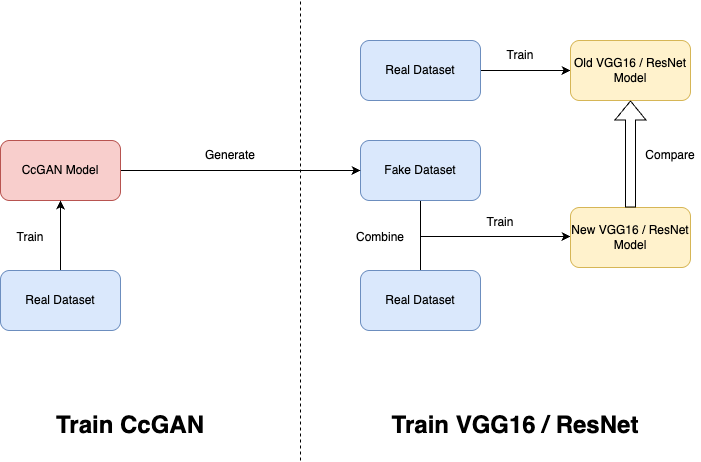
Zeyu-Xie/Myosotis-CcGAN keeps this draw.io diagram as flowcharts/main.drawio.png. Above is the earlier version. Source tidied: cells renumbered, new cells last; positions are measured from the earlier drawing's top-left corner, leaving out a move shared by most shapes. The source it was exported from:
```xml
<mxGraphModel>
  <root>
    <mxCell id="0" />
    <mxCell id="1" parent="0" />
    <mxCell id="2" style="edgeStyle=orthogonalEdgeStyle;rounded=0;jettySize=auto;html=1;" parent="1" edge="1" source="3" target="8">
      <mxGeometry relative="1" as="geometry" />
    </mxCell>
    <mxCell id="3" value="Real Dataset" style="rounded=1;whiteSpace=wrap;html=1;fillColor=#dae8fc;strokeColor=#6c8ebf;" parent="1" vertex="1">
      <mxGeometry x="360" y="40" width="120" height="60" as="geometry" />
    </mxCell>
    <mxCell id="4" style="edgeStyle=orthogonalEdgeStyle;rounded=0;jettySize=auto;html=1;endArrow=none;startFill=0;" parent="1" edge="1" source="5" target="9">
      <mxGeometry relative="1" as="geometry" />
    </mxCell>
    <mxCell id="5" value="Fake Dataset" style="rounded=1;whiteSpace=wrap;html=1;fillColor=#dae8fc;strokeColor=#6c8ebf;" parent="1" vertex="1">
      <mxGeometry x="360" y="140" width="120" height="60" as="geometry" />
    </mxCell>
    <mxCell id="6" style="edgeStyle=orthogonalEdgeStyle;rounded=0;orthogonalLoop=1;jettySize=auto;html=1;entryX=0;entryY=0.5;entryDx=0;entryDy=0;" parent="1" edge="1">
      <mxGeometry relative="1" as="geometry">
        <mxPoint x="420" y="236" as="sourcePoint" />
        <mxPoint x="570" y="236" as="targetPoint" />
      </mxGeometry>
    </mxCell>
    <mxCell id="7" value="New VGG16 / ResNet Model" style="rounded=1;whiteSpace=wrap;html=1;fillColor=#fff2cc;strokeColor=#d6b656;" parent="1" vertex="1">
      <mxGeometry x="570" y="207" width="120" height="60" as="geometry" />
    </mxCell>
    <mxCell id="8" value="Old&amp;nbsp;&lt;span style=&quot;background-color: transparent; color: light-dark(rgb(0, 0, 0), rgb(255, 255, 255));&quot;&gt;VGG16 / ResNet Model&lt;/span&gt;" style="rounded=1;whiteSpace=wrap;html=1;fillColor=#fff2cc;strokeColor=#d6b656;" parent="1" vertex="1">
      <mxGeometry x="570" y="40" width="120" height="60" as="geometry" />
    </mxCell>
    <mxCell id="9" value="Real Dataset" style="rounded=1;whiteSpace=wrap;html=1;fillColor=#dae8fc;strokeColor=#6c8ebf;" parent="1" vertex="1">
      <mxGeometry x="360" y="270" width="120" height="60" as="geometry" />
    </mxCell>
    <mxCell id="10" style="edgeStyle=orthogonalEdgeStyle;rounded=0;jettySize=auto;html=1;entryX=0;entryY=0.5;entryDx=0;entryDy=0;" parent="1" edge="1" source="11" target="5">
      <mxGeometry relative="1" as="geometry" />
    </mxCell>
    <mxCell id="11" value="CcGAN Model" style="rounded=1;whiteSpace=wrap;html=1;fillColor=#f8cecc;strokeColor=#b85450;" parent="1" vertex="1">
      <mxGeometry y="140" width="120" height="60" as="geometry" />
    </mxCell>
    <mxCell id="12" style="edgeStyle=orthogonalEdgeStyle;rounded=0;jettySize=auto;html=1;entryX=0.5;entryY=1;entryDx=0;entryDy=0;" parent="1" edge="1" source="13" target="11">
      <mxGeometry relative="1" as="geometry" />
    </mxCell>
    <mxCell id="13" value="Real Dataset" style="rounded=1;whiteSpace=wrap;html=1;fillColor=#dae8fc;strokeColor=#6c8ebf;" parent="1" vertex="1">
      <mxGeometry y="270" width="120" height="60" as="geometry" />
    </mxCell>
    <mxCell id="14" value="Train" style="text;html=1;align=center;verticalAlign=middle;whiteSpace=wrap;rounded=0;" parent="1" vertex="1">
      <mxGeometry y="222" width="60" height="30" as="geometry" />
    </mxCell>
    <mxCell id="15" value="Combine" style="text;html=1;align=center;verticalAlign=middle;whiteSpace=wrap;rounded=0;" parent="1" vertex="1">
      <mxGeometry x="350" y="222" width="60" height="30" as="geometry" />
    </mxCell>
    <mxCell id="16" value="Train" style="text;html=1;align=center;verticalAlign=middle;whiteSpace=wrap;rounded=0;" parent="1" vertex="1">
      <mxGeometry x="470" y="207" width="60" height="30" as="geometry" />
    </mxCell>
    <mxCell id="17" style="shape=flexArrow;endArrow=classic;html=1;rounded=0;entryX=0.5;entryY=1;entryDx=0;entryDy=0;exitX=0.5;exitY=0;exitDx=0;exitDy=0;" parent="1" edge="1" source="7" target="8">
      <mxGeometry relative="1" as="geometry" />
    </mxCell>
    <mxCell id="18" value="Compare" style="text;html=1;align=center;verticalAlign=middle;whiteSpace=wrap;rounded=0;" parent="1" vertex="1">
      <mxGeometry x="640" y="140" width="60" height="30" as="geometry" />
    </mxCell>
    <mxCell id="19" value="Generate" style="text;html=1;align=center;verticalAlign=middle;whiteSpace=wrap;rounded=0;" parent="1" vertex="1">
      <mxGeometry x="200" y="140" width="60" height="30" as="geometry" />
    </mxCell>
    <mxCell id="20" value="Train" style="text;html=1;align=center;verticalAlign=middle;whiteSpace=wrap;rounded=0;" parent="1" vertex="1">
      <mxGeometry x="490" y="40" width="60" height="30" as="geometry" />
    </mxCell>
    <mxCell id="21" style="endArrow=none;dashed=1;html=1;rounded=0;" parent="1" edge="1">
      <mxGeometry relative="1" as="geometry">
        <mxPoint x="300" y="460" as="sourcePoint" />
        <mxPoint x="300" as="targetPoint" />
      </mxGeometry>
    </mxCell>
    <mxCell id="22" value="&lt;h1&gt;Train CcGAN&lt;/h1&gt;" style="text;html=1;align=center;verticalAlign=middle;whiteSpace=wrap;rounded=0;" parent="1" vertex="1">
      <mxGeometry x="50" y="410" width="160" height="30" as="geometry" />
    </mxCell>
    <mxCell id="23" value="&lt;h1&gt;Train VGG16 / ResNet&lt;/h1&gt;" style="text;html=1;align=center;verticalAlign=middle;whiteSpace=wrap;rounded=0;" parent="1" vertex="1">
      <mxGeometry x="390" y="410" width="250" height="30" as="geometry" />
    </mxCell>
  </root>
</mxGraphModel>
```
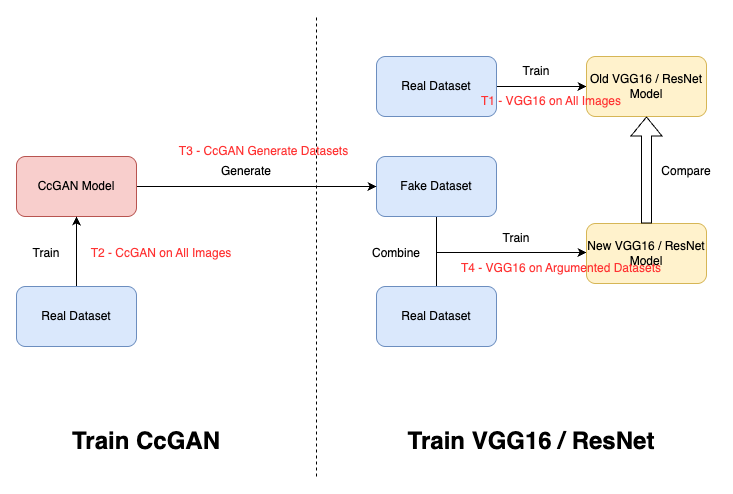
Later version of the same file.

What changed in the source:
```diff
@@ -74,5 +74,17 @@
     <mxCell id="23" value="&lt;h1&gt;Train VGG16 / ResNet&lt;/h1&gt;" style="text;html=1;align=center;verticalAlign=middle;whiteSpace=wrap;rounded=0;" parent="1" vertex="1">
       <mxGeometry x="390" y="410" width="250" height="30" as="geometry" />
     </mxCell>
+    <mxCell id="24" value="T1 - VGG16 on All Images" style="text;html=1;align=center;verticalAlign=middle;whiteSpace=wrap;rounded=0;fontColor=#FF3333;" parent="1" vertex="1">
+      <mxGeometry x="460" y="70" width="150" height="30" as="geometry" />
+    </mxCell>
+    <mxCell id="25" value="T2 - CcGAN on All Images" style="text;html=1;align=center;verticalAlign=middle;whiteSpace=wrap;rounded=0;fontColor=#FF3333;" parent="1" vertex="1">
+      <mxGeometry x="70" y="222" width="150" height="30" as="geometry" />
+    </mxCell>
+    <mxCell id="26" value="T3 - CcGAN Generate Datasets" style="text;html=1;align=center;verticalAlign=middle;whiteSpace=wrap;rounded=0;fontColor=#FF3333;" parent="1" vertex="1">
+      <mxGeometry x="160" y="120" width="175" height="30" as="geometry" />
+    </mxCell>
+    <mxCell id="27" value="T4 - VGG16 on Argumented Datasets" style="text;html=1;align=center;verticalAlign=middle;whiteSpace=wrap;rounded=0;fontColor=#FF3333;" parent="1" vertex="1">
+      <mxGeometry x="440" y="237" width="210" height="30" as="geometry" />
+    </mxCell>
   </root>
 </mxGraphModel>
```
